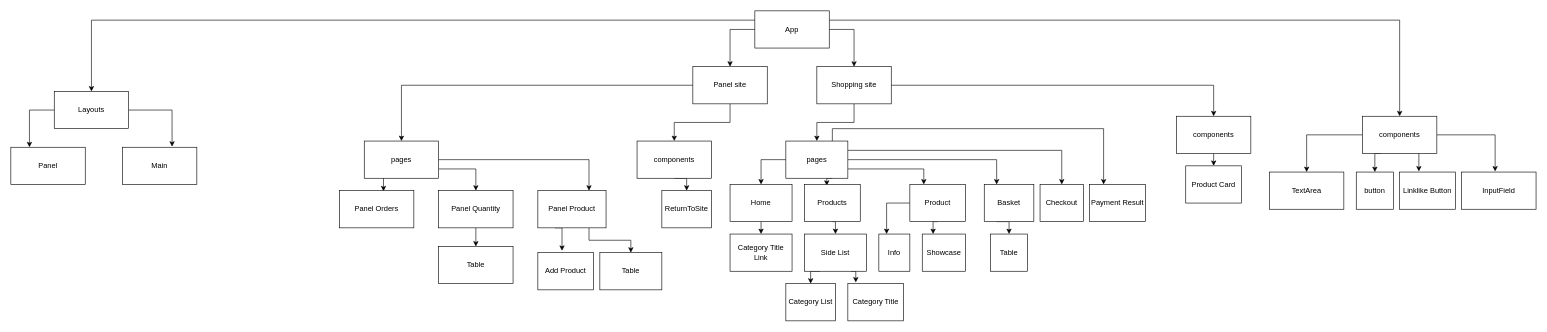
This is Components Structure Diagram.drawio from TahaEZ/shopping-site, a draw.io file, before an edit. Source tidied: cells renumbered, new cells numbered last; positions are measured from the earlier drawing's top-left corner, leaving out a move shared by most shapes. Both pictures are drawn from the tidied source at 62%, with x=0, y=0 at pixel (11, 11).
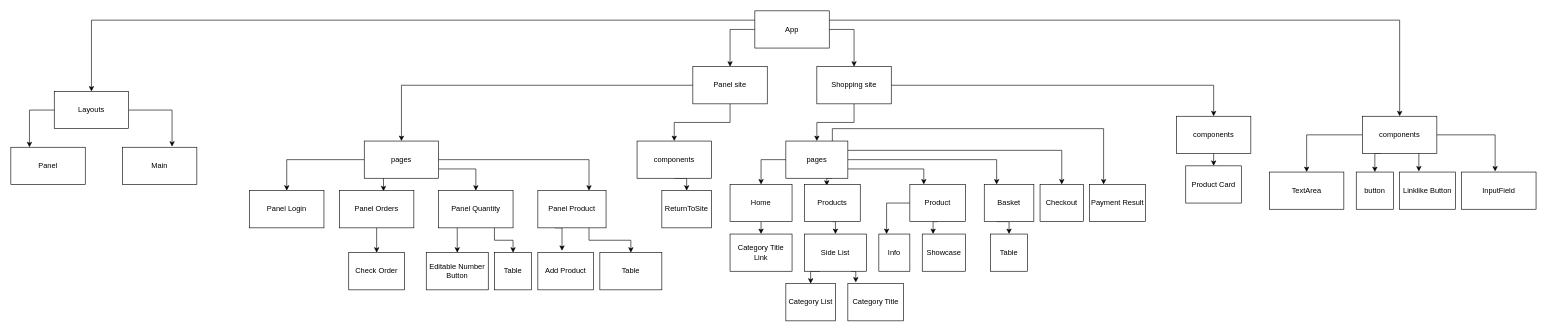
After the change.

Unchanged cells that the change refers to:
```xml
<mxCell id="18" value="pages" style="rounded=0;whiteSpace=wrap;html=1;" parent="1" vertex="1">
  <mxGeometry x="570" y="210" width="120" height="60" as="geometry" />
</mxCell>
<mxCell id="70" value="Panel Quantity" style="rounded=0;whiteSpace=wrap;html=1;" parent="1" vertex="1">
  <mxGeometry x="690" y="290" width="120" height="60" as="geometry" />
</mxCell>
<mxCell id="72" value="Panel Orders" style="rounded=0;whiteSpace=wrap;html=1;" parent="1" vertex="1">
  <mxGeometry x="530" y="290" width="120" height="60" as="geometry" />
</mxCell>
```

Change to the diagram source:
```diff
@@
+    <mxCell id="73" style="edgeStyle=orthogonalEdgeStyle;rounded=0;jettySize=auto;html=1;exitX=0;exitY=0.5;exitDx=0;exitDy=0;entryX=0.5;entryY=0;entryDx=0;entryDy=0;" parent="1" edge="1" source="18" target="78">
+      <mxGeometry relative="1" as="geometry" />
+    </mxCell>
@@
-    <mxCell id="69" style="edgeStyle=orthogonalEdgeStyle;rounded=0;jettySize=auto;html=1;exitX=0.5;exitY=1;exitDx=0;exitDy=0;entryX=0.5;entryY=0;entryDx=0;entryDy=0;" parent="1" edge="1" source="70" target="71">
+    <mxCell id="69" style="edgeStyle=orthogonalEdgeStyle;rounded=0;jettySize=auto;html=1;exitX=0.75;exitY=1;exitDx=0;exitDy=0;" parent="1" edge="1" source="70" target="71">
       <mxGeometry relative="1" as="geometry" />
     </mxCell>
+    <mxCell id="74" style="edgeStyle=orthogonalEdgeStyle;rounded=0;jettySize=auto;html=1;exitX=0.25;exitY=1;exitDx=0;exitDy=0;entryX=0.5;entryY=0;entryDx=0;entryDy=0;" parent="1" edge="1" source="70" target="76">
+      <mxGeometry relative="1" as="geometry" />
+    </mxCell>
@@
     <mxCell id="71" value="Table" style="rounded=0;whiteSpace=wrap;html=1;" parent="1" vertex="1">
-      <mxGeometry x="690" y="380" width="120" height="60" as="geometry" />
+      <mxGeometry x="780" y="390" width="60" height="60" as="geometry" />
     </mxCell>
+    <mxCell id="75" style="edgeStyle=orthogonalEdgeStyle;rounded=0;jettySize=auto;html=1;exitX=0.5;exitY=1;exitDx=0;exitDy=0;entryX=0.5;entryY=0;entryDx=0;entryDy=0;" parent="1" edge="1" source="72" target="77">
+      <mxGeometry relative="1" as="geometry" />
+    </mxCell>
@@
+    <mxCell id="76" value="Editable Number Button" style="rounded=0;whiteSpace=wrap;html=1;" parent="1" vertex="1">
+      <mxGeometry x="670" y="390" width="100" height="60" as="geometry" />
+    </mxCell>
+    <mxCell id="77" value="Check Order" style="rounded=0;whiteSpace=wrap;html=1;" parent="1" vertex="1">
+      <mxGeometry x="545" y="390" width="90" height="60" as="geometry" />
+    </mxCell>
+    <mxCell id="78" value="Panel Login" style="rounded=0;whiteSpace=wrap;html=1;" parent="1" vertex="1">
+      <mxGeometry x="385" y="290" width="120" height="60" as="geometry" />
+    </mxCell>
```
